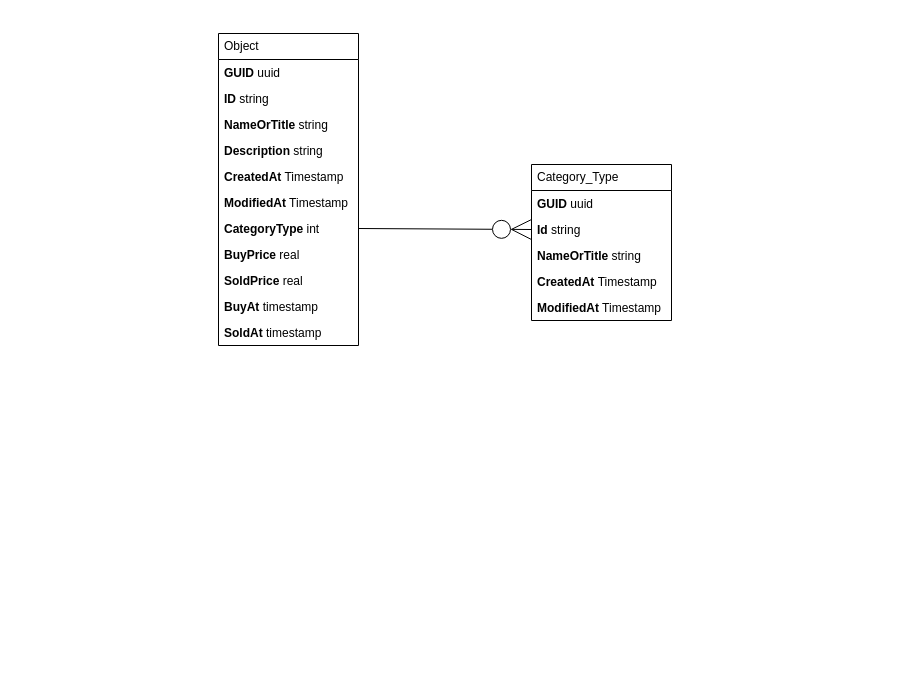
Above: page "Page-6" (5 of 6) of ERP_Design.drawio in hththai/go-doc-service (draw.io), before the change. Source tidied: cells renumbered, new cells numbered last; positions are measured from the earlier drawing's top-left corner, leaving out a move shared by most shapes. Both pictures are drawn from the tidied source at 100%, with x=0, y=0 at pixel (218, 33).
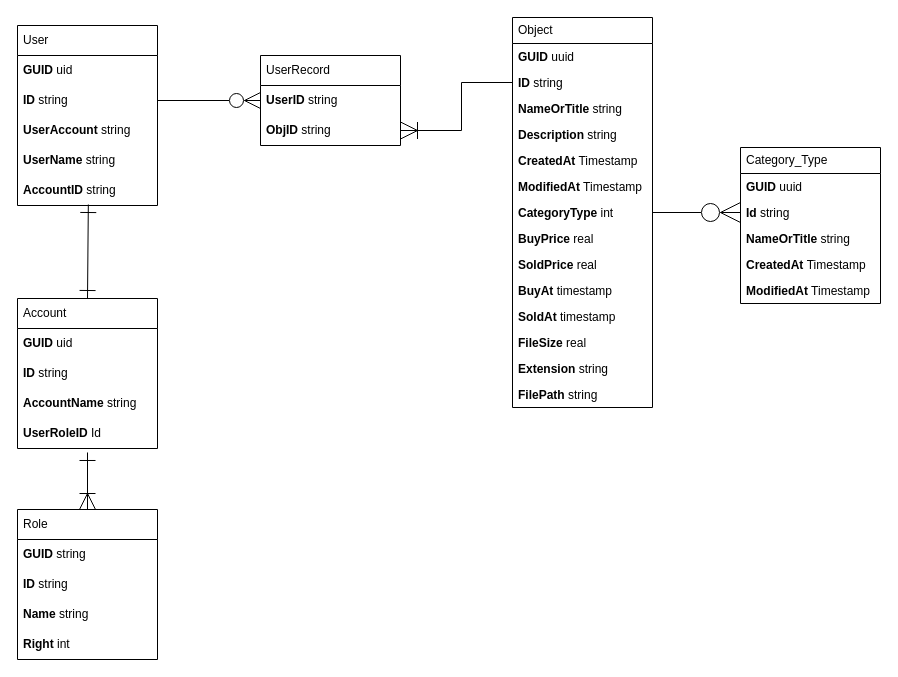
The same page after the edit.

The change refers to these unchanged cells:
```xml
<mxCell id="4" value="&lt;b&gt;ID&lt;/b&gt; string" style="text;strokeColor=none;fillColor=none;align=left;verticalAlign=top;spacingLeft=4;spacingRight=4;overflow=hidden;points=[[0,0.5],[1,0.5]];portConstraint=eastwest;whiteSpace=wrap;html=1;fontFamily=Helvetica;fontSize=12;fontColor=default;" parent="2" vertex="1">
  <mxGeometry y="52" width="140" height="26" as="geometry" />
</mxCell>
```

What changed in the source:
```diff
@@
     <mxCell id="2" value="Object" style="swimlane;fontStyle=0;horizontal=1;startSize=26;fillColor=none;html=1;align=left;verticalAlign=middle;spacingLeft=4;spacingRight=4;fontFamily=Helvetica;fontSize=12;fontColor=default;" parent="1" vertex="1">
-      <mxGeometry width="140" height="312" as="geometry" />
+      <mxGeometry x="294" y="-16" width="140" height="390" as="geometry" />
     </mxCell>
@@
+    <mxCell id="21" value="FileSize &lt;span style=&quot;font-weight: normal;&quot;&gt;real&lt;/span&gt;" style="text;strokeColor=none;fillColor=none;align=left;verticalAlign=top;spacingLeft=4;spacingRight=4;overflow=hidden;whiteSpace=wrap;html=1;fontFamily=Helvetica;fontSize=12;fontColor=default;fontStyle=1;" parent="2" vertex="1">
+      <mxGeometry y="312" width="140" height="26" as="geometry" />
+    </mxCell>
+    <mxCell id="22" value="Extension &lt;span style=&quot;font-weight: normal;&quot;&gt;string&lt;/span&gt;" style="text;strokeColor=none;fillColor=none;align=left;verticalAlign=top;spacingLeft=4;spacingRight=4;overflow=hidden;whiteSpace=wrap;html=1;fontFamily=Helvetica;fontSize=12;fontColor=default;fontStyle=1;" parent="2" vertex="1">
+      <mxGeometry y="338" width="140" height="26" as="geometry" />
+    </mxCell>
+    <mxCell id="23" value="FilePath &lt;span style=&quot;font-weight: normal;&quot;&gt;string&lt;/span&gt;" style="text;strokeColor=none;fillColor=none;align=left;verticalAlign=top;spacingLeft=4;spacingRight=4;overflow=hidden;whiteSpace=wrap;html=1;fontFamily=Helvetica;fontSize=12;fontColor=default;fontStyle=1;" parent="2" vertex="1">
+      <mxGeometry y="364" width="140" height="26" as="geometry" />
+    </mxCell>
     <mxCell id="14" value="Category_Type" style="swimlane;fontStyle=0;horizontal=1;startSize=26;fillColor=none;html=1;align=left;verticalAlign=middle;spacingLeft=4;spacingRight=4;fontFamily=Helvetica;fontSize=12;fontColor=default;" parent="1" vertex="1">
-      <mxGeometry x="313" y="131" width="140" height="156" as="geometry" />
+      <mxGeometry x="522" y="114" width="140" height="156" as="geometry" />
     </mxCell>
@@
+    <mxCell id="24" value="User" style="swimlane;fontStyle=0;horizontal=1;startSize=30;whiteSpace=wrap;html=1;align=left;verticalAlign=middle;spacingLeft=4;spacingRight=4;fontFamily=Helvetica;fontSize=12;fontColor=default;fillColor=none;gradientColor=none;" parent="1" vertex="1">
+      <mxGeometry x="-201" y="-8" width="140" height="180" as="geometry" />
+    </mxCell>
+    <mxCell id="25" value="&lt;b&gt;GUID &lt;/b&gt;uid" style="text;strokeColor=none;fillColor=none;align=left;verticalAlign=middle;spacingLeft=4;spacingRight=4;overflow=hidden;whiteSpace=wrap;html=1;fontFamily=Helvetica;fontSize=12;fontColor=default;" parent="24" vertex="1">
+      <mxGeometry y="30" width="140" height="30" as="geometry" />
+    </mxCell>
+    <mxCell id="26" value="&lt;b&gt;ID &lt;/b&gt;string" style="text;strokeColor=none;fillColor=none;align=left;verticalAlign=middle;spacingLeft=4;spacingRight=4;overflow=hidden;points=[[0,0.5],[1,0.5]];portConstraint=eastwest;whiteSpace=wrap;html=1;fontFamily=Helvetica;fontSize=12;fontColor=default;" parent="24" vertex="1">
+      <mxGeometry y="60" width="140" height="30" as="geometry" />
+    </mxCell>
+    <mxCell id="27" value="&lt;b&gt;UserAccount&lt;/b&gt; string" style="text;strokeColor=none;fillColor=none;align=left;verticalAlign=middle;spacingLeft=4;spacingRight=4;overflow=hidden;whiteSpace=wrap;html=1;fontFamily=Helvetica;fontSize=12;fontColor=default;" parent="24" vertex="1">
+      <mxGeometry y="90" width="140" height="30" as="geometry" />
+    </mxCell>
+    <mxCell id="28" value="&lt;b&gt;UserName&lt;/b&gt; string" style="text;strokeColor=none;fillColor=none;align=left;verticalAlign=middle;spacingLeft=4;spacingRight=4;overflow=hidden;whiteSpace=wrap;html=1;fontFamily=Helvetica;fontSize=12;fontColor=default;" parent="24" vertex="1">
+      <mxGeometry y="120" width="140" height="30" as="geometry" />
+    </mxCell>
+    <mxCell id="29" value="&lt;b&gt;AccountID&lt;/b&gt; string" style="text;strokeColor=none;fillColor=none;align=left;verticalAlign=middle;spacingLeft=4;spacingRight=4;overflow=hidden;points=[[0,0.5],[1,0.5]];portConstraint=eastwest;whiteSpace=wrap;html=1;fontFamily=Helvetica;fontSize=12;fontColor=default;" parent="24" vertex="1">
+      <mxGeometry y="150" width="140" height="30" as="geometry" />
+    </mxCell>
+    <mxCell id="30" value="UserRecord" style="swimlane;fontStyle=0;horizontal=1;startSize=30;whiteSpace=wrap;html=1;align=left;verticalAlign=middle;spacingLeft=4;spacingRight=4;fontFamily=Helvetica;fontSize=12;fontColor=default;fillColor=none;gradientColor=none;" parent="1" vertex="1">
+      <mxGeometry x="42" y="22" width="140" height="90" as="geometry" />
+    </mxCell>
+    <mxCell id="31" value="&lt;b&gt;UserID &lt;/b&gt;string" style="text;strokeColor=none;fillColor=none;align=left;verticalAlign=middle;spacingLeft=4;spacingRight=4;overflow=hidden;points=[[0,0.5],[1,0.5]];portConstraint=eastwest;whiteSpace=wrap;html=1;fontFamily=Helvetica;fontSize=12;fontColor=default;" parent="30" vertex="1">
+      <mxGeometry y="30" width="140" height="30" as="geometry" />
+    </mxCell>
+    <mxCell id="32" value="&lt;b&gt;ObjID &lt;/b&gt;string" style="text;strokeColor=none;fillColor=none;align=left;verticalAlign=middle;spacingLeft=4;spacingRight=4;overflow=hidden;points=[[0,0.5],[1,0.5]];portConstraint=eastwest;whiteSpace=wrap;html=1;fontFamily=Helvetica;fontSize=12;fontColor=default;" parent="30" vertex="1">
+      <mxGeometry y="60" width="140" height="30" as="geometry" />
+    </mxCell>
+    <mxCell id="33" style="edgeStyle=orthogonalEdgeStyle;rounded=0;jettySize=auto;html=1;fontFamily=Helvetica;fontSize=12;fontColor=default;entryX=0;entryY=0.5;entryDx=0;entryDy=0;endArrow=ERzeroToMany;endFill=0;strokeWidth=1;endSize=14;" parent="1" edge="1" source="26" target="31">
+      <mxGeometry relative="1" as="geometry" />
+    </mxCell>
+    <mxCell id="34" style="edgeStyle=orthogonalEdgeStyle;rounded=0;jettySize=auto;html=1;fontFamily=Helvetica;fontSize=12;fontColor=default;endArrow=ERoneToMany;endFill=0;endSize=15;" parent="1" edge="1" source="4" target="32">
+      <mxGeometry relative="1" as="geometry" />
+    </mxCell>
+    <mxCell id="35" value="Account" style="swimlane;fontStyle=0;horizontal=1;startSize=30;whiteSpace=wrap;html=1;align=left;verticalAlign=middle;spacingLeft=4;spacingRight=4;fontFamily=Helvetica;fontSize=12;fontColor=default;fillColor=none;gradientColor=none;" parent="1" vertex="1">
+      <mxGeometry x="-201" y="265" width="140" height="150" as="geometry" />
+    </mxCell>
+    <mxCell id="36" value="&lt;b&gt;GUID&lt;/b&gt; uid" style="text;strokeColor=none;fillColor=none;align=left;verticalAlign=middle;spacingLeft=4;spacingRight=4;overflow=hidden;whiteSpace=wrap;html=1;fontFamily=Helvetica;fontSize=12;fontColor=default;" parent="35" vertex="1">
+      <mxGeometry y="30" width="140" height="30" as="geometry" />
+    </mxCell>
+    <mxCell id="37" value="&lt;b&gt;ID&lt;/b&gt; string" style="text;strokeColor=none;fillColor=none;align=left;verticalAlign=middle;spacingLeft=4;spacingRight=4;overflow=hidden;whiteSpace=wrap;html=1;fontFamily=Helvetica;fontSize=12;fontColor=default;" parent="35" vertex="1">
+      <mxGeometry y="60" width="140" height="30" as="geometry" />
+    </mxCell>
+    <mxCell id="38" value="&lt;b&gt;AccountName&lt;/b&gt; string" style="text;strokeColor=none;fillColor=none;align=left;verticalAlign=middle;spacingLeft=4;spacingRight=4;overflow=hidden;whiteSpace=wrap;html=1;fontFamily=Helvetica;fontSize=12;fontColor=default;" parent="35" vertex="1">
+      <mxGeometry y="90" width="140" height="30" as="geometry" />
+    </mxCell>
+    <mxCell id="39" value="&lt;b&gt;UserRoleID&lt;/b&gt; Id" style="text;strokeColor=none;fillColor=none;align=left;verticalAlign=middle;spacingLeft=4;spacingRight=4;overflow=hidden;points=[[0,0.5],[1,0.5]];portConstraint=eastwest;whiteSpace=wrap;html=1;fontFamily=Helvetica;fontSize=12;fontColor=default;" parent="35" vertex="1">
+      <mxGeometry y="120" width="140" height="30" as="geometry" />
+    </mxCell>
+    <mxCell id="40" value="Role" style="swimlane;fontStyle=0;horizontal=1;startSize=30;whiteSpace=wrap;html=1;align=left;verticalAlign=middle;spacingLeft=4;spacingRight=4;fontFamily=Helvetica;fontSize=12;fontColor=default;fillColor=none;gradientColor=none;" parent="1" vertex="1">
+      <mxGeometry x="-201" y="476" width="140" height="150" as="geometry" />
+    </mxCell>
+    <mxCell id="41" value="&lt;b&gt;GUID&lt;/b&gt; string" style="text;strokeColor=none;fillColor=none;align=left;verticalAlign=middle;spacingLeft=4;spacingRight=4;overflow=hidden;whiteSpace=wrap;html=1;fontFamily=Helvetica;fontSize=12;fontColor=default;" parent="40" vertex="1">
+      <mxGeometry y="30" width="140" height="30" as="geometry" />
+    </mxCell>
+    <mxCell id="42" value="&lt;b&gt;ID&lt;/b&gt; string" style="text;strokeColor=none;fillColor=none;align=left;verticalAlign=middle;spacingLeft=4;spacingRight=4;overflow=hidden;whiteSpace=wrap;html=1;fontFamily=Helvetica;fontSize=12;fontColor=default;" parent="40" vertex="1">
+      <mxGeometry y="60" width="140" height="30" as="geometry" />
+    </mxCell>
+    <mxCell id="43" value="&lt;b&gt;Name&lt;/b&gt; string" style="text;strokeColor=none;fillColor=none;align=left;verticalAlign=middle;spacingLeft=4;spacingRight=4;overflow=hidden;whiteSpace=wrap;html=1;fontFamily=Helvetica;fontSize=12;fontColor=default;" parent="40" vertex="1">
+      <mxGeometry y="90" width="140" height="30" as="geometry" />
+    </mxCell>
+    <mxCell id="44" value="&lt;b&gt;Right&lt;/b&gt; int" style="text;strokeColor=none;fillColor=none;align=left;verticalAlign=middle;spacingLeft=4;spacingRight=4;overflow=hidden;whiteSpace=wrap;html=1;fontFamily=Helvetica;fontSize=12;fontColor=default;" parent="40" vertex="1">
+      <mxGeometry y="120" width="140" height="30" as="geometry" />
+    </mxCell>
+    <mxCell id="45" style="endArrow=ERone;html=1;rounded=0;fontFamily=Helvetica;fontSize=12;fontColor=default;exitX=0.5;exitY=0;exitDx=0;exitDy=0;entryX=0.5;entryY=1.133;entryDx=0;entryDy=0;entryPerimeter=0;endFill=0;endSize=14;startArrow=ERoneToMany;startFill=0;startSize=14;" parent="1" edge="1" source="40" target="39">
+      <mxGeometry relative="1" as="geometry" />
+    </mxCell>
+    <mxCell id="46" style="endArrow=ERone;html=1;rounded=0;fontFamily=Helvetica;fontSize=12;fontColor=default;exitX=0.5;exitY=0;exitDx=0;exitDy=0;startArrow=ERone;startFill=0;endFill=0;strokeWidth=1;endSize=14;startSize=14;entryX=0.506;entryY=0.967;entryDx=0;entryDy=0;entryPerimeter=0;" parent="1" edge="1" source="35" target="29">
+      <mxGeometry relative="1" as="geometry" />
+    </mxCell>
```
